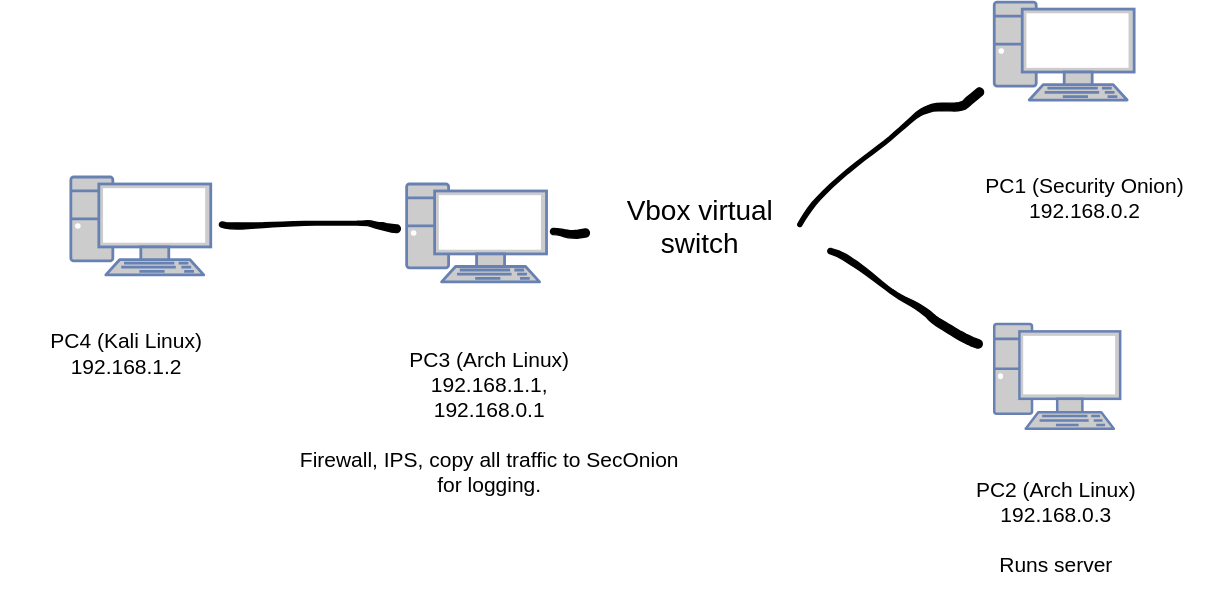
Earlier version of the draw.io export lab-1/test.svg (Aohk22/home-labs). Source tidied: cells renumbered, new cells last; positions are measured from the earlier drawing's top-left corner, leaving out a move shared by most shapes.
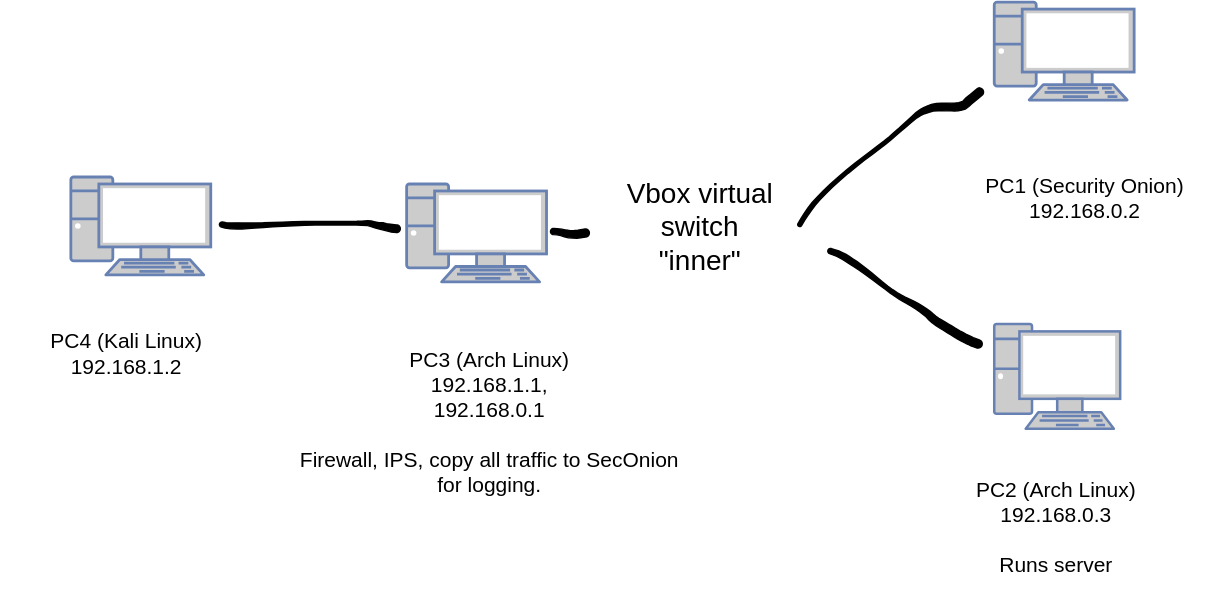
Above is the later version.

Commit message:
inter #1 update: add text

Diff of the diagram source:
```diff
@@ -17,7 +17,7 @@
     <mxCell id="6" style="shape=(stored shape, 1136 characters);lineShape=1;strokeColor=default;" parent="1" vertex="1">
       <mxGeometry x="156.2" y="156.3" width="129.3" height="8.5" as="geometry" />
     </mxCell>
-    <mxCell id="7" value="Vbox virtual switch" style="text;strokeColor=none;align=center;fillColor=none;html=1;verticalAlign=middle;whiteSpace=wrap;rounded=0;fontSize=20;" parent="1" vertex="1">
+    <mxCell id="7" value="Vbox virtual switch&lt;div&gt;&quot;inner&quot;&lt;/div&gt;" style="text;strokeColor=none;align=center;fillColor=none;html=1;verticalAlign=middle;whiteSpace=wrap;rounded=0;fontSize=20;" parent="1" vertex="1">
       <mxGeometry x="440" y="145" width="120" height="30" as="geometry" />
     </mxCell>
     <mxCell id="8" style="shape=(stored shape, 796 characters);lineShape=1;strokeColor=default;" parent="1" vertex="1">
```
